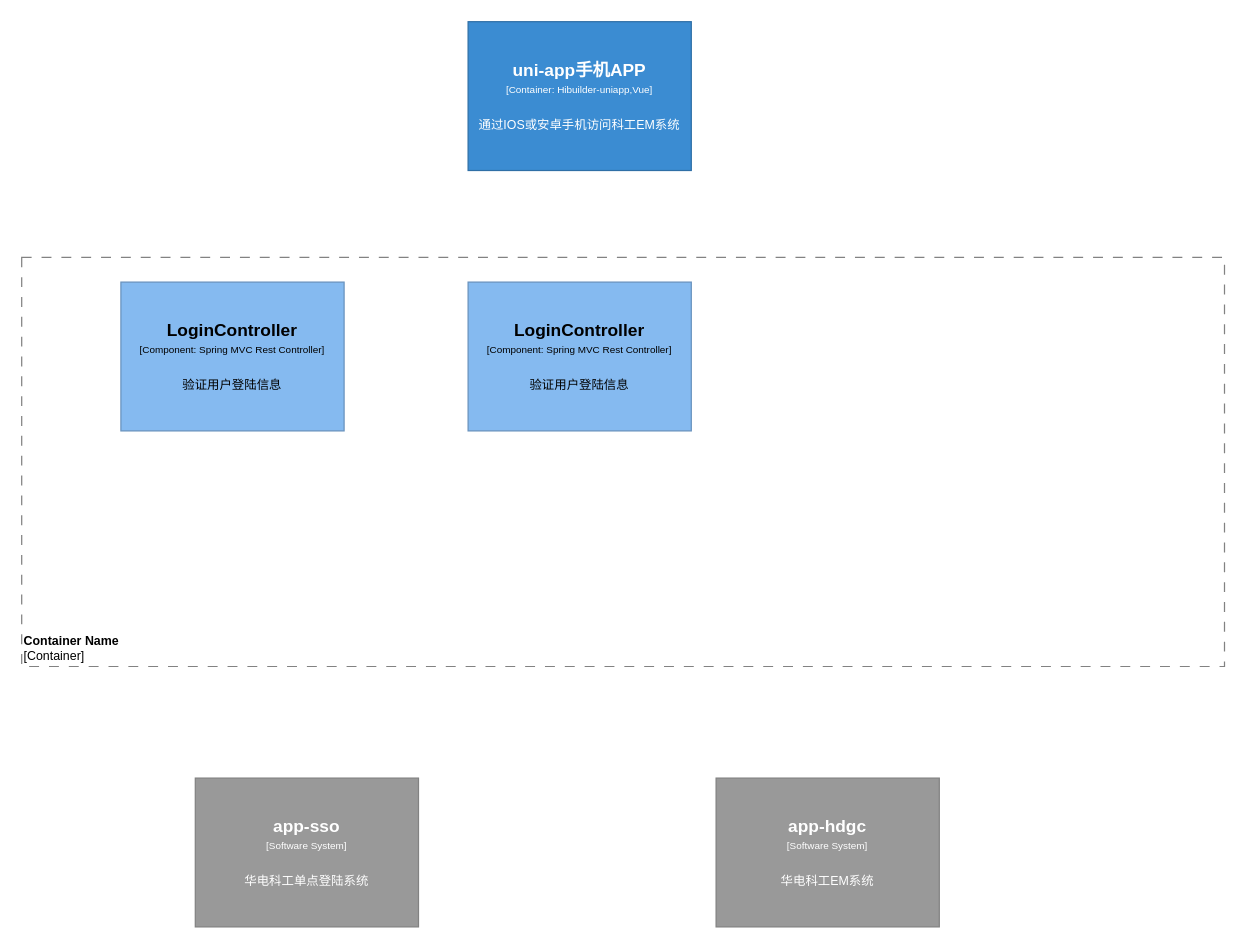
Earlier version of the draw.io diagram page "Container" (3 of 4) of Untitled Diagram.drawio (lang-CN/vuetest). Source tidied: cells renumbered, new cells numbered last; positions are measured from the earlier drawing's top-left corner, leaving out a move shared by most shapes. Both pictures are drawn from the tidied source at 124%, with x=0, y=0 at pixel (21, 21).
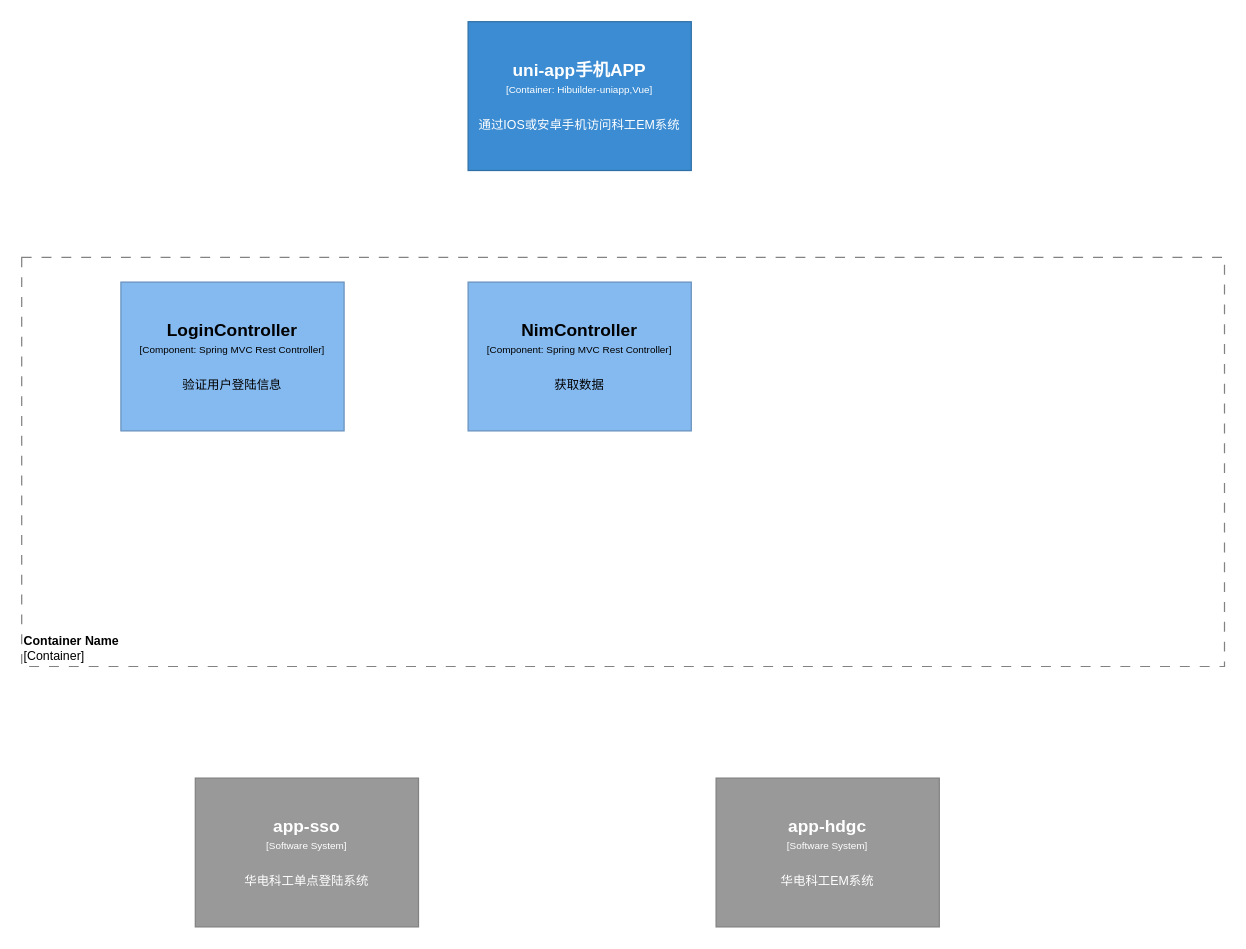
The same diagram, later.

The edit, as a diff of the source:
```diff
@@
 <mxGraphModel>
   <root>
     <mxCell id="0" />
     <mxCell id="1" parent="0" />
     <object id="2" label="&lt;div&gt;&lt;span style=&quot;font-size: 14px&quot;&gt;&lt;b&gt;%name%&lt;/b&gt;&lt;/span&gt;&lt;/div&gt;&lt;div&gt;&lt;span style=&quot;font-size: 8px&quot;&gt;[Container: %technology%]&lt;/span&gt;&lt;/div&gt;&lt;div&gt;&lt;span style=&quot;font-size: 8px&quot;&gt;&lt;br&gt;&lt;/span&gt;&lt;/div&gt;&lt;div&gt;&lt;font size=&quot;1&quot;&gt;%description%&lt;/font&gt;&lt;/div&gt;" description="通过IOS或安卓手机访问科工EM系统" name="uni-app手机APP" placeholders="1" technology="Hibuilder-uniapp,Vue">
       <mxCell style="rounded=0;whiteSpace=wrap;html=1;fillColor=#3B8CD2;fontColor=#FFFFFF;strokeColor=#2F6FA6;" parent="1" vertex="1">
         <mxGeometry x="360" width="180" height="120" as="geometry" />
       </mxCell>
     </object>
     <object id="3" label="&lt;font style=&quot;font-size: 10px&quot;&gt;&lt;b&gt;%name%&lt;/b&gt;&lt;br style=&quot;font-size: 10px&quot;&gt;[Container]&lt;/font&gt;" name="Container Name" placeholders="1">
       <mxCell style="rounded=0;whiteSpace=wrap;html=1;strokeColor=#828282;fillColor=none;fontColor=#000000;align=left;labelPosition=center;verticalLabelPosition=middle;verticalAlign=bottom;dashed=1;strokeWidth=1;perimeterSpacing=0;spacing=2;spacingTop=0;fontSize=10;dashPattern=8 8;" parent="1" vertex="1">
         <mxGeometry y="190" width="970" height="330" as="geometry" />
       </mxCell>
     </object>
     <object id="4" label="&lt;div&gt;&lt;span style=&quot;font-size: 14px&quot;&gt;&lt;b&gt;%name%&lt;/b&gt;&lt;/span&gt;&lt;/div&gt;&lt;div&gt;&lt;span style=&quot;font-size: 8px&quot;&gt;[Software System&lt;/span&gt;&lt;span style=&quot;font-size: 8px&quot;&gt;]&lt;/span&gt;&lt;/div&gt;&lt;div&gt;&lt;span style=&quot;font-size: 8px&quot;&gt;&lt;br&gt;&lt;/span&gt;&lt;/div&gt;&lt;div&gt;&lt;font size=&quot;1&quot;&gt;%description%&lt;/font&gt;&lt;/div&gt;" description="华电科工单点登陆系统" name="app-sso" placeholders="1">
       <mxCell style="rounded=0;whiteSpace=wrap;html=1;fillColor=#999999;fontColor=#FFFFFF;strokeColor=#828282;" parent="1" vertex="1">
         <mxGeometry x="140" y="610" width="180" height="120" as="geometry" />
       </mxCell>
     </object>
     <object id="5" label="&lt;div&gt;&lt;span style=&quot;font-size: 14px&quot;&gt;&lt;b&gt;%name%&lt;/b&gt;&lt;/span&gt;&lt;/div&gt;&lt;div&gt;&lt;span style=&quot;font-size: 8px&quot;&gt;[Software System&lt;/span&gt;&lt;span style=&quot;font-size: 8px&quot;&gt;]&lt;/span&gt;&lt;/div&gt;&lt;div&gt;&lt;span style=&quot;font-size: 8px&quot;&gt;&lt;br&gt;&lt;/span&gt;&lt;/div&gt;&lt;div&gt;&lt;font size=&quot;1&quot;&gt;%description%&lt;/font&gt;&lt;/div&gt;" description="华电科工EM系统" name="app-hdgc" placeholders="1">
       <mxCell style="rounded=0;whiteSpace=wrap;html=1;fillColor=#999999;fontColor=#FFFFFF;strokeColor=#828282;" parent="1" vertex="1">
         <mxGeometry x="560" y="610" width="180" height="120" as="geometry" />
       </mxCell>
     </object>
     <object id="6" label="&lt;div&gt;&lt;span style=&quot;font-size: 14px&quot;&gt;&lt;b&gt;%name%&lt;/b&gt;&lt;/span&gt;&lt;/div&gt;&lt;div&gt;&lt;span style=&quot;font-size: 8px&quot;&gt;[Component: %technology%]&lt;/span&gt;&lt;/div&gt;&lt;div&gt;&lt;span style=&quot;font-size: 8px&quot;&gt;&lt;br&gt;&lt;/span&gt;&lt;/div&gt;&lt;div&gt;&lt;font size=&quot;1&quot;&gt;%description%&lt;/font&gt;&lt;/div&gt;" description="验证用户登陆信息" name="LoginController" placeholders="1" technology="Spring MVC Rest Controller">
       <mxCell style="rounded=0;whiteSpace=wrap;html=1;fillColor=#85baf0;fontColor=#000000;strokeColor=#6992BD;" parent="1" vertex="1">
         <mxGeometry x="80" y="210" width="180" height="120" as="geometry" />
       </mxCell>
     </object>
-    <object id="7" label="&lt;div&gt;&lt;span style=&quot;font-size: 14px&quot;&gt;&lt;b&gt;%name%&lt;/b&gt;&lt;/span&gt;&lt;/div&gt;&lt;div&gt;&lt;span style=&quot;font-size: 8px&quot;&gt;[Component: %technology%]&lt;/span&gt;&lt;/div&gt;&lt;div&gt;&lt;span style=&quot;font-size: 8px&quot;&gt;&lt;br&gt;&lt;/span&gt;&lt;/div&gt;&lt;div&gt;&lt;font size=&quot;1&quot;&gt;%description%&lt;/font&gt;&lt;/div&gt;" description="验证用户登陆信息" name="LoginController" placeholders="1" technology="Spring MVC Rest Controller">
+    <object id="7" label="&lt;div&gt;&lt;span style=&quot;font-size: 14px&quot;&gt;&lt;b&gt;%name%&lt;/b&gt;&lt;/span&gt;&lt;/div&gt;&lt;div&gt;&lt;span style=&quot;font-size: 8px&quot;&gt;[Component: %technology%]&lt;/span&gt;&lt;/div&gt;&lt;div&gt;&lt;span style=&quot;font-size: 8px&quot;&gt;&lt;br&gt;&lt;/span&gt;&lt;/div&gt;&lt;div&gt;&lt;font size=&quot;1&quot;&gt;%description%&lt;/font&gt;&lt;/div&gt;" description="获取数据" name="NimController" placeholders="1" technology="Spring MVC Rest Controller">
       <mxCell style="rounded=0;whiteSpace=wrap;html=1;fillColor=#85baf0;fontColor=#000000;strokeColor=#6992BD;" parent="1" vertex="1">
         <mxGeometry x="360" y="210" width="180" height="120" as="geometry" />
       </mxCell>
     </object>
   </root>
 </mxGraphModel>
```
